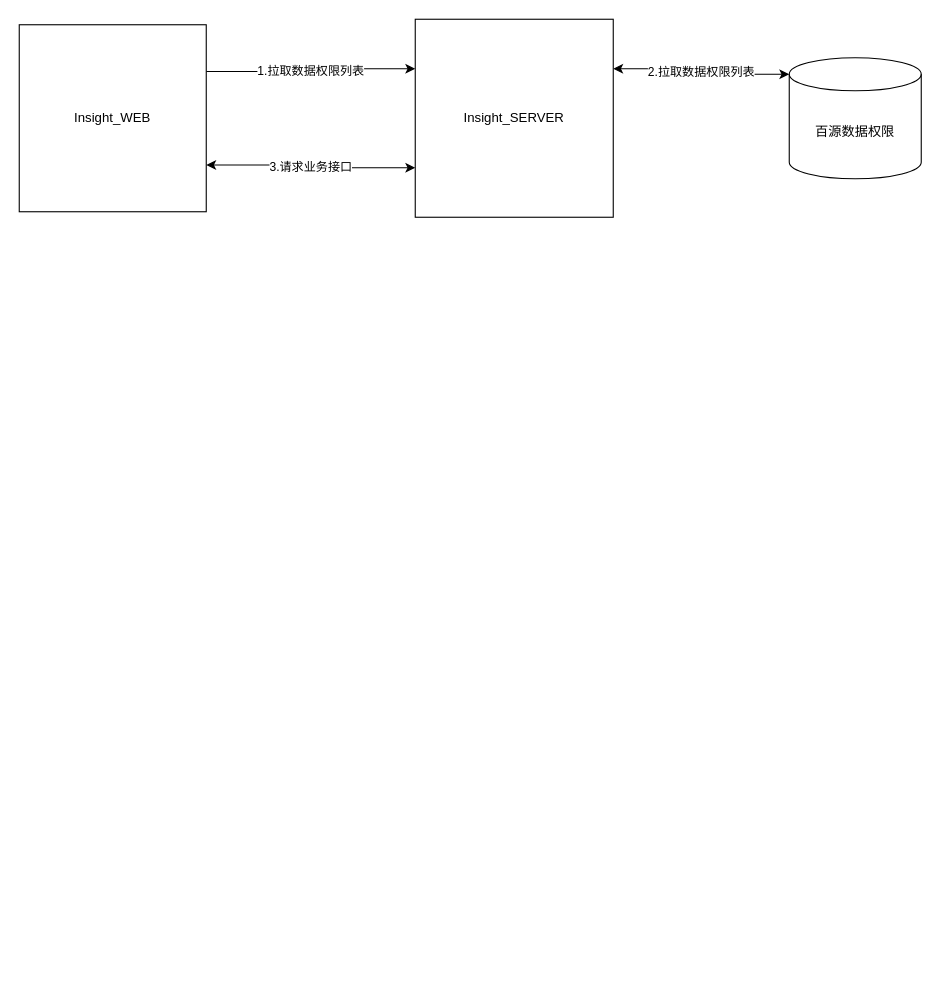
This is 百源.drawio from ChrisFynnWang/algorithm, a draw.io file, before an edit. Source tidied: cells renumbered, new cells numbered last; positions are measured from the earlier drawing's top-left corner, leaving out a move shared by most shapes. Both pictures are drawn from the tidied source at 110%, with x=0, y=0 at pixel (19, 19).
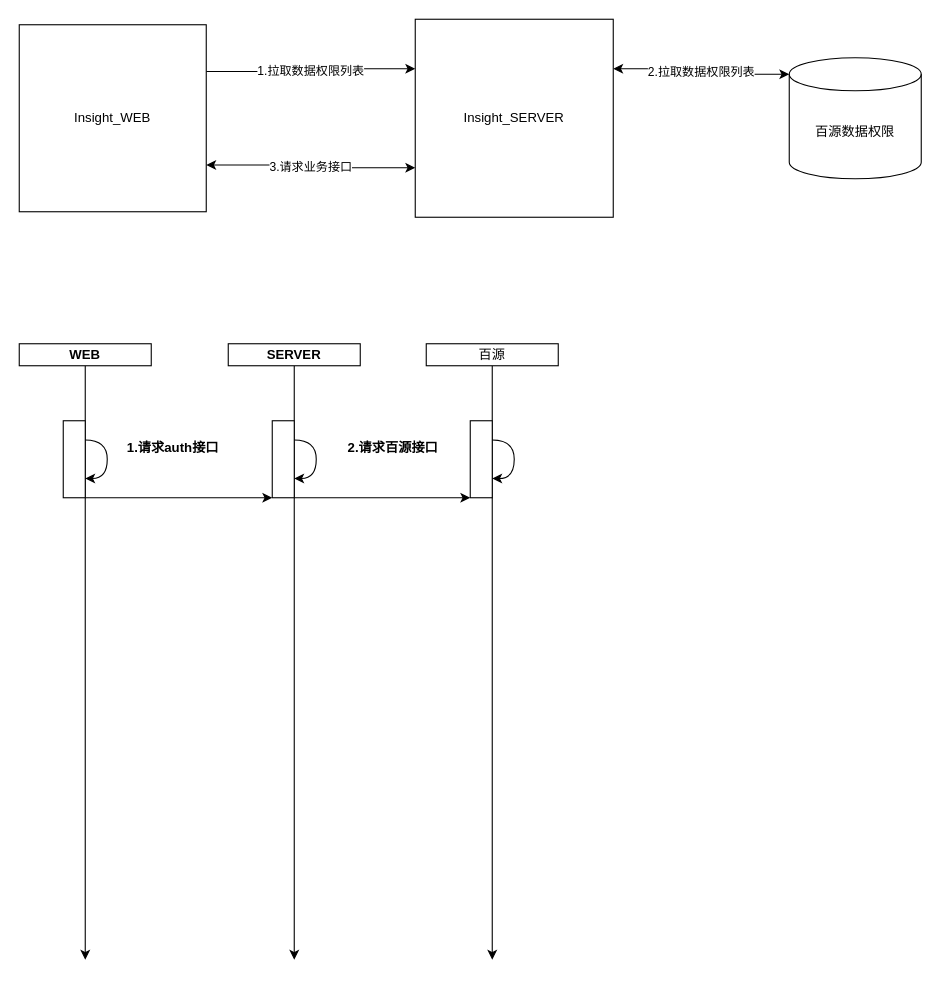
The same diagram, later.

What changed in the source:
```diff
@@
+    <mxCell id="8" style="edgeStyle=orthogonalEdgeStyle;rounded=0;jettySize=auto;html=1;exitX=0.5;exitY=1;exitDx=0;exitDy=0;startArrow=none;startFill=0;" parent="1" edge="1" source="9">
+      <mxGeometry relative="1" as="geometry">
+        <mxPoint x="60" y="855" as="targetPoint" />
+      </mxGeometry>
+    </mxCell>
+    <mxCell id="9" value="WEB" style="rounded=0;whiteSpace=wrap;html=1;fontStyle=1;" parent="1" vertex="1">
+      <mxGeometry y="295" width="120" height="20" as="geometry" />
+    </mxCell>
+    <mxCell id="10" style="edgeStyle=orthogonalEdgeStyle;rounded=0;jettySize=auto;html=1;exitX=0.5;exitY=1;exitDx=0;exitDy=0;startArrow=none;startFill=0;" parent="1" edge="1" source="11">
+      <mxGeometry relative="1" as="geometry">
+        <mxPoint x="250" y="855" as="targetPoint" />
+      </mxGeometry>
+    </mxCell>
+    <mxCell id="11" value="&lt;b&gt;SERVER&lt;/b&gt;" style="rounded=0;whiteSpace=wrap;html=1;" parent="1" vertex="1">
+      <mxGeometry x="190" y="295" width="120" height="20" as="geometry" />
+    </mxCell>
+    <mxCell id="12" style="edgeStyle=orthogonalEdgeStyle;rounded=0;jettySize=auto;html=1;exitX=0.5;exitY=1;exitDx=0;exitDy=0;startArrow=none;startFill=0;" parent="1" edge="1" source="13">
+      <mxGeometry relative="1" as="geometry">
+        <mxPoint x="430" y="855" as="targetPoint" />
+      </mxGeometry>
+    </mxCell>
+    <mxCell id="13" value="百源" style="rounded=0;whiteSpace=wrap;html=1;" parent="1" vertex="1">
+      <mxGeometry x="370" y="295" width="120" height="20" as="geometry" />
+    </mxCell>
+    <mxCell id="14" style="rounded=0;jettySize=auto;html=1;exitX=1;exitY=1;exitDx=0;exitDy=0;startArrow=none;startFill=0;entryX=0;entryY=1;entryDx=0;entryDy=0;" parent="1" edge="1" source="15" target="18">
+      <mxGeometry relative="1" as="geometry" />
+    </mxCell>
+    <mxCell id="15" style="rounded=0;whiteSpace=wrap;html=1;" parent="1" vertex="1">
+      <mxGeometry x="40" y="365" width="20" height="70" as="geometry" />
+    </mxCell>
+    <mxCell id="16" style="edgeStyle=orthogonalEdgeStyle;rounded=0;orthogonalLoop=1;jettySize=auto;html=1;exitX=1;exitY=0.25;exitDx=0;exitDy=0;entryX=1;entryY=0.75;entryDx=0;entryDy=0;startArrow=none;startFill=0;curved=1;" parent="1" edge="1" source="15" target="15">
+      <mxGeometry relative="1" as="geometry">
+        <Array as="points">
+          <mxPoint x="80" y="383" />
+          <mxPoint x="80" y="418" />
+        </Array>
+      </mxGeometry>
+    </mxCell>
+    <mxCell id="17" style="edgeStyle=none;rounded=0;jettySize=auto;html=1;exitX=1;exitY=1;exitDx=0;exitDy=0;entryX=0;entryY=1;entryDx=0;entryDy=0;startArrow=none;startFill=0;" parent="1" edge="1" source="18" target="20">
+      <mxGeometry relative="1" as="geometry" />
+    </mxCell>
+    <mxCell id="18" style="rounded=0;whiteSpace=wrap;html=1;" parent="1" vertex="1">
+      <mxGeometry x="230" y="365" width="20" height="70" as="geometry" />
+    </mxCell>
+    <mxCell id="19" style="edgeStyle=orthogonalEdgeStyle;rounded=0;orthogonalLoop=1;jettySize=auto;html=1;exitX=1;exitY=0.25;exitDx=0;exitDy=0;entryX=1;entryY=0.75;entryDx=0;entryDy=0;startArrow=none;startFill=0;curved=1;" parent="1" edge="1" source="18" target="18">
+      <mxGeometry relative="1" as="geometry">
+        <Array as="points">
+          <mxPoint x="270" y="383" />
+          <mxPoint x="270" y="418" />
+        </Array>
+      </mxGeometry>
+    </mxCell>
+    <mxCell id="20" style="rounded=0;whiteSpace=wrap;html=1;" parent="1" vertex="1">
+      <mxGeometry x="410" y="365" width="20" height="70" as="geometry" />
+    </mxCell>
+    <mxCell id="21" style="edgeStyle=orthogonalEdgeStyle;rounded=0;orthogonalLoop=1;jettySize=auto;html=1;exitX=1;exitY=0.25;exitDx=0;exitDy=0;entryX=1;entryY=0.75;entryDx=0;entryDy=0;startArrow=none;startFill=0;curved=1;" parent="1" edge="1" source="20" target="20">
+      <mxGeometry relative="1" as="geometry">
+        <Array as="points">
+          <mxPoint x="450" y="383" />
+          <mxPoint x="450" y="418" />
+        </Array>
+      </mxGeometry>
+    </mxCell>
+    <mxCell id="22" value="&lt;b&gt;1.请求auth接口&lt;/b&gt;" style="text;html=1;strokeColor=none;fillColor=none;align=center;verticalAlign=middle;whiteSpace=wrap;rounded=0;" parent="1" vertex="1">
+      <mxGeometry x="90" y="375" width="100" height="30" as="geometry" />
+    </mxCell>
+    <mxCell id="23" value="&lt;b&gt;2.请求百源接口&lt;/b&gt;" style="text;html=1;strokeColor=none;fillColor=none;align=center;verticalAlign=middle;whiteSpace=wrap;rounded=0;" parent="1" vertex="1">
+      <mxGeometry x="290" y="375" width="100" height="30" as="geometry" />
+    </mxCell>
```
